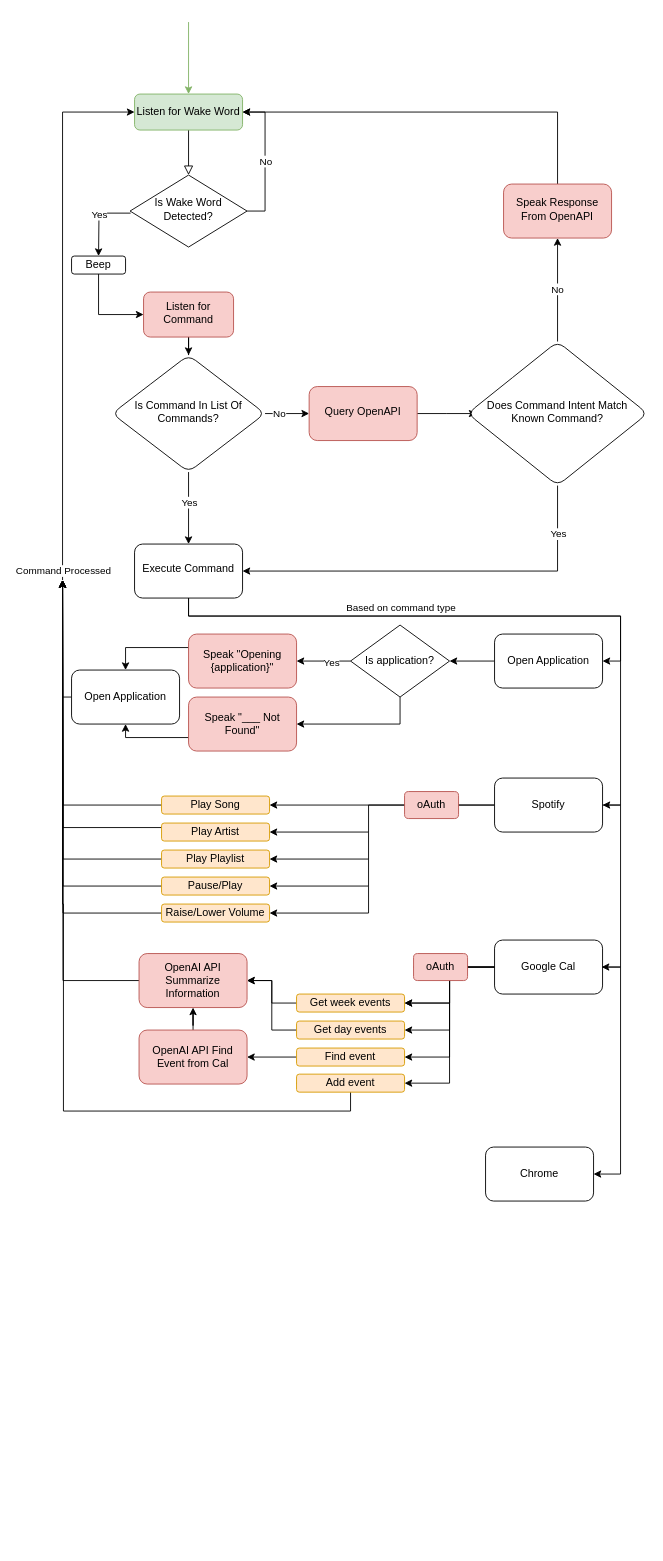
Before: Logic_Diagram.drawio in mimcmahon20/Jarvis, a draw.io diagram. Source tidied: cells renumbered, new cells numbered last; positions are measured from the earlier drawing's top-left corner, leaving out a move shared by most shapes. Both pictures are drawn from the tidied source at 90%, with x=0, y=0 at pixel (62, 22).
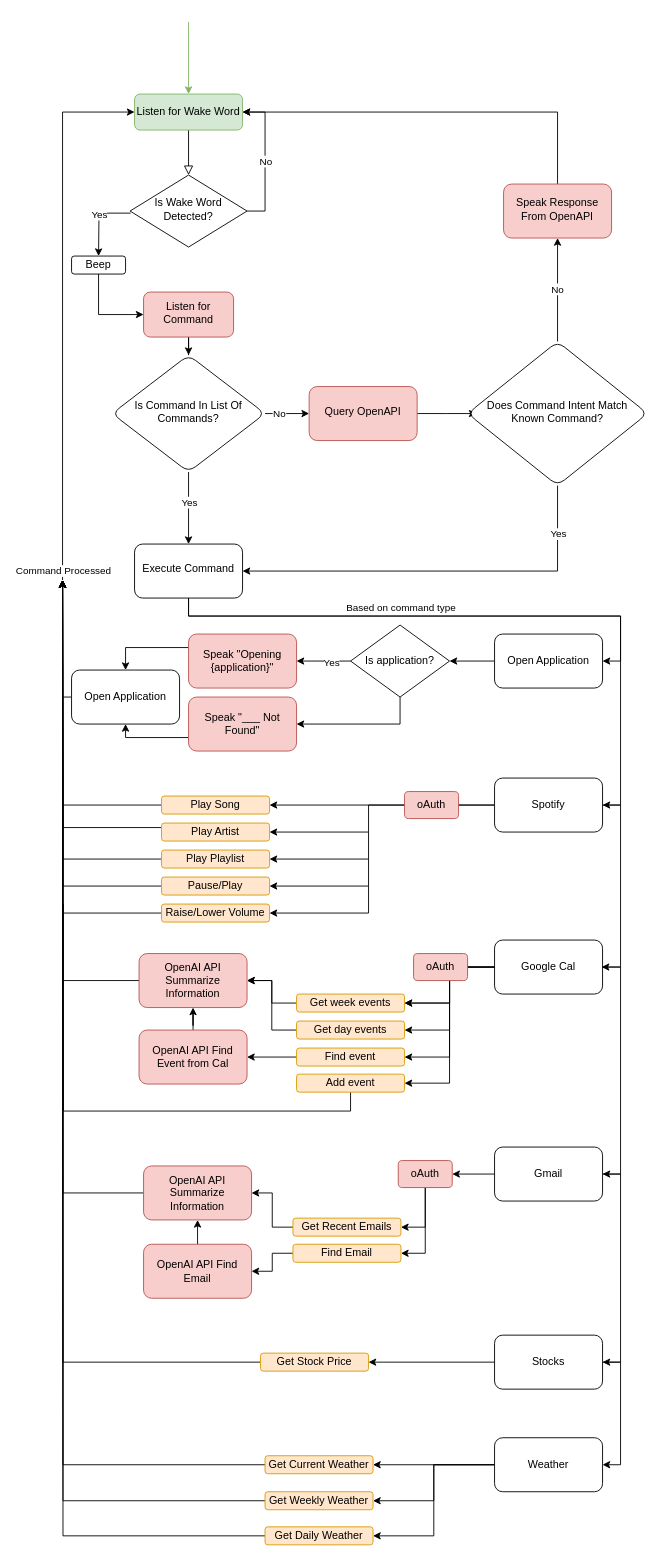
Above is the later version.

What changed in the source:
```diff
@@
+    <mxCell id="85" style="edgeStyle=orthogonalEdgeStyle;rounded=0;jettySize=auto;html=1;entryX=1;entryY=0.5;entryDx=0;entryDy=0;" parent="1" edge="1" source="84" target="89">
+      <mxGeometry relative="1" as="geometry" />
+    </mxCell>
+    <mxCell id="86" style="edgeStyle=orthogonalEdgeStyle;rounded=0;jettySize=auto;html=1;exitX=1;exitY=0.5;exitDx=0;exitDy=0;entryX=1;entryY=0.5;entryDx=0;entryDy=0;" parent="1" edge="1" source="84" target="100">
+      <mxGeometry relative="1" as="geometry" />
+    </mxCell>
-    <mxCell id="84" value="Chrome" style="rounded=1;whiteSpace=wrap;html=1;" parent="1" vertex="1">
-      <mxGeometry x="470" y="1250" width="120" height="60" as="geometry" />
+    <mxCell id="84" value="Gmail" style="rounded=1;whiteSpace=wrap;html=1;" parent="1" vertex="1">
+      <mxGeometry x="480" y="1250" width="120" height="60" as="geometry" />
     </mxCell>
+    <mxCell id="87" style="edgeStyle=orthogonalEdgeStyle;rounded=0;jettySize=auto;html=1;entryX=1;entryY=0.5;entryDx=0;entryDy=0;exitX=0.5;exitY=1;exitDx=0;exitDy=0;" parent="1" edge="1" source="89" target="91">
+      <mxGeometry relative="1" as="geometry">
+        <Array as="points">
+          <mxPoint x="403" y="1339" />
+        </Array>
+      </mxGeometry>
+    </mxCell>
+    <mxCell id="88" style="edgeStyle=orthogonalEdgeStyle;rounded=0;jettySize=auto;html=1;exitX=0.5;exitY=1;exitDx=0;exitDy=0;entryX=1;entryY=0.5;entryDx=0;entryDy=0;" parent="1" edge="1" source="89" target="93">
+      <mxGeometry relative="1" as="geometry" />
+    </mxCell>
+    <mxCell id="89" value="oAuth" style="rounded=1;whiteSpace=wrap;html=1;fillColor=#f8cecc;strokeColor=#b85450;" parent="1" vertex="1">
+      <mxGeometry x="373" y="1265" width="60" height="30" as="geometry" />
+    </mxCell>
+    <mxCell id="90" style="edgeStyle=orthogonalEdgeStyle;rounded=0;jettySize=auto;html=1;exitX=0;exitY=0.5;exitDx=0;exitDy=0;entryX=1;entryY=0.5;entryDx=0;entryDy=0;" parent="1" edge="1" source="91" target="97">
+      <mxGeometry relative="1" as="geometry" />
+    </mxCell>
+    <mxCell id="91" value="Get Recent Emails" style="rounded=1;whiteSpace=wrap;html=1;fillColor=#ffe6cc;strokeColor=#d79b00;" parent="1" vertex="1">
+      <mxGeometry x="256" y="1329" width="120" height="20" as="geometry" />
+    </mxCell>
+    <mxCell id="92" style="edgeStyle=orthogonalEdgeStyle;rounded=0;jettySize=auto;html=1;exitX=0;exitY=0.5;exitDx=0;exitDy=0;entryX=1;entryY=0.5;entryDx=0;entryDy=0;" parent="1" edge="1" source="93" target="95">
+      <mxGeometry relative="1" as="geometry" />
+    </mxCell>
+    <mxCell id="93" value="Find Email" style="rounded=1;whiteSpace=wrap;html=1;fillColor=#ffe6cc;strokeColor=#d79b00;" parent="1" vertex="1">
+      <mxGeometry x="256" y="1358" width="120" height="20" as="geometry" />
+    </mxCell>
+    <mxCell id="94" style="edgeStyle=orthogonalEdgeStyle;rounded=0;jettySize=auto;html=1;exitX=0.5;exitY=0;exitDx=0;exitDy=0;entryX=0.5;entryY=1;entryDx=0;entryDy=0;" parent="1" edge="1" source="95" target="97">
+      <mxGeometry relative="1" as="geometry" />
+    </mxCell>
+    <mxCell id="95" value="OpenAI API Find Email" style="rounded=1;whiteSpace=wrap;html=1;fillColor=#f8cecc;strokeColor=#b85450;" parent="1" vertex="1">
+      <mxGeometry x="90" y="1358" width="120" height="60" as="geometry" />
+    </mxCell>
+    <mxCell id="96" style="edgeStyle=orthogonalEdgeStyle;rounded=0;jettySize=auto;html=1;exitX=0;exitY=0.5;exitDx=0;exitDy=0;" parent="1" edge="1" source="97">
+      <mxGeometry relative="1" as="geometry">
+        <mxPoint y="620" as="targetPoint" />
+      </mxGeometry>
+    </mxCell>
+    <mxCell id="97" value="OpenAI API Summarize Information" style="rounded=1;whiteSpace=wrap;html=1;fillColor=#f8cecc;strokeColor=#b85450;" parent="1" vertex="1">
+      <mxGeometry x="90" y="1271" width="120" height="60" as="geometry" />
+    </mxCell>
+    <mxCell id="98" style="edgeStyle=orthogonalEdgeStyle;rounded=0;jettySize=auto;html=1;exitX=0;exitY=0.5;exitDx=0;exitDy=0;entryX=1;entryY=0.5;entryDx=0;entryDy=0;" parent="1" edge="1" source="100" target="102">
+      <mxGeometry relative="1" as="geometry" />
+    </mxCell>
+    <mxCell id="99" style="edgeStyle=orthogonalEdgeStyle;rounded=0;jettySize=auto;html=1;exitX=1;exitY=0.5;exitDx=0;exitDy=0;entryX=1;entryY=0.5;entryDx=0;entryDy=0;" parent="1" edge="1" source="100" target="106">
+      <mxGeometry relative="1" as="geometry" />
+    </mxCell>
+    <mxCell id="100" value="Stocks" style="rounded=1;whiteSpace=wrap;html=1;" parent="1" vertex="1">
+      <mxGeometry x="480" y="1459" width="120" height="60" as="geometry" />
+    </mxCell>
+    <mxCell id="101" style="edgeStyle=orthogonalEdgeStyle;rounded=0;jettySize=auto;html=1;exitX=0;exitY=0.5;exitDx=0;exitDy=0;" parent="1" edge="1" source="102">
+      <mxGeometry relative="1" as="geometry">
+        <mxPoint y="620" as="targetPoint" />
+      </mxGeometry>
+    </mxCell>
+    <mxCell id="102" value="Get Stock Price" style="rounded=1;whiteSpace=wrap;html=1;fillColor=#ffe6cc;strokeColor=#d79b00;" parent="1" vertex="1">
+      <mxGeometry x="220" y="1479" width="120" height="20" as="geometry" />
+    </mxCell>
+    <mxCell id="103" style="edgeStyle=orthogonalEdgeStyle;rounded=0;jettySize=auto;html=1;exitX=0;exitY=0.5;exitDx=0;exitDy=0;entryX=1;entryY=0.5;entryDx=0;entryDy=0;" parent="1" edge="1" source="106" target="108">
+      <mxGeometry relative="1" as="geometry" />
+    </mxCell>
+    <mxCell id="104" style="edgeStyle=orthogonalEdgeStyle;rounded=0;jettySize=auto;html=1;exitX=0;exitY=0.5;exitDx=0;exitDy=0;entryX=1;entryY=0.5;entryDx=0;entryDy=0;" parent="1" edge="1" source="106" target="110">
+      <mxGeometry relative="1" as="geometry" />
+    </mxCell>
+    <mxCell id="105" style="edgeStyle=orthogonalEdgeStyle;rounded=0;jettySize=auto;html=1;exitX=0;exitY=0.5;exitDx=0;exitDy=0;entryX=1;entryY=0.5;entryDx=0;entryDy=0;" parent="1" edge="1" source="106" target="112">
+      <mxGeometry relative="1" as="geometry" />
+    </mxCell>
+    <mxCell id="106" value="Weather" style="rounded=1;whiteSpace=wrap;html=1;" parent="1" vertex="1">
+      <mxGeometry x="480" y="1573" width="120" height="60" as="geometry" />
+    </mxCell>
+    <mxCell id="107" style="edgeStyle=orthogonalEdgeStyle;rounded=0;jettySize=auto;html=1;exitX=0;exitY=0.5;exitDx=0;exitDy=0;" parent="1" edge="1" source="108">
+      <mxGeometry relative="1" as="geometry">
+        <mxPoint y="620" as="targetPoint" />
+      </mxGeometry>
+    </mxCell>
+    <mxCell id="108" value="Get Current Weather" style="rounded=1;whiteSpace=wrap;html=1;fillColor=#ffe6cc;strokeColor=#d79b00;" parent="1" vertex="1">
+      <mxGeometry x="225" y="1593" width="120" height="20" as="geometry" />
+    </mxCell>
+    <mxCell id="109" style="edgeStyle=orthogonalEdgeStyle;rounded=0;jettySize=auto;html=1;exitX=0;exitY=0.5;exitDx=0;exitDy=0;" parent="1" edge="1" source="110">
+      <mxGeometry relative="1" as="geometry">
+        <mxPoint y="620" as="targetPoint" />
+      </mxGeometry>
+    </mxCell>
+    <mxCell id="110" value="Get Weekly Weather" style="rounded=1;whiteSpace=wrap;html=1;fillColor=#ffe6cc;strokeColor=#d79b00;" parent="1" vertex="1">
+      <mxGeometry x="225" y="1633" width="120" height="20" as="geometry" />
+    </mxCell>
+    <mxCell id="111" style="edgeStyle=orthogonalEdgeStyle;rounded=0;jettySize=auto;html=1;exitX=0;exitY=0.5;exitDx=0;exitDy=0;" parent="1" edge="1" source="112">
+      <mxGeometry relative="1" as="geometry">
+        <mxPoint y="620" as="targetPoint" />
+      </mxGeometry>
+    </mxCell>
+    <mxCell id="112" value="Get Daily Weather" style="rounded=1;whiteSpace=wrap;html=1;fillColor=#ffe6cc;strokeColor=#d79b00;" parent="1" vertex="1">
+      <mxGeometry x="225" y="1672" width="120" height="20" as="geometry" />
+    </mxCell>
```
